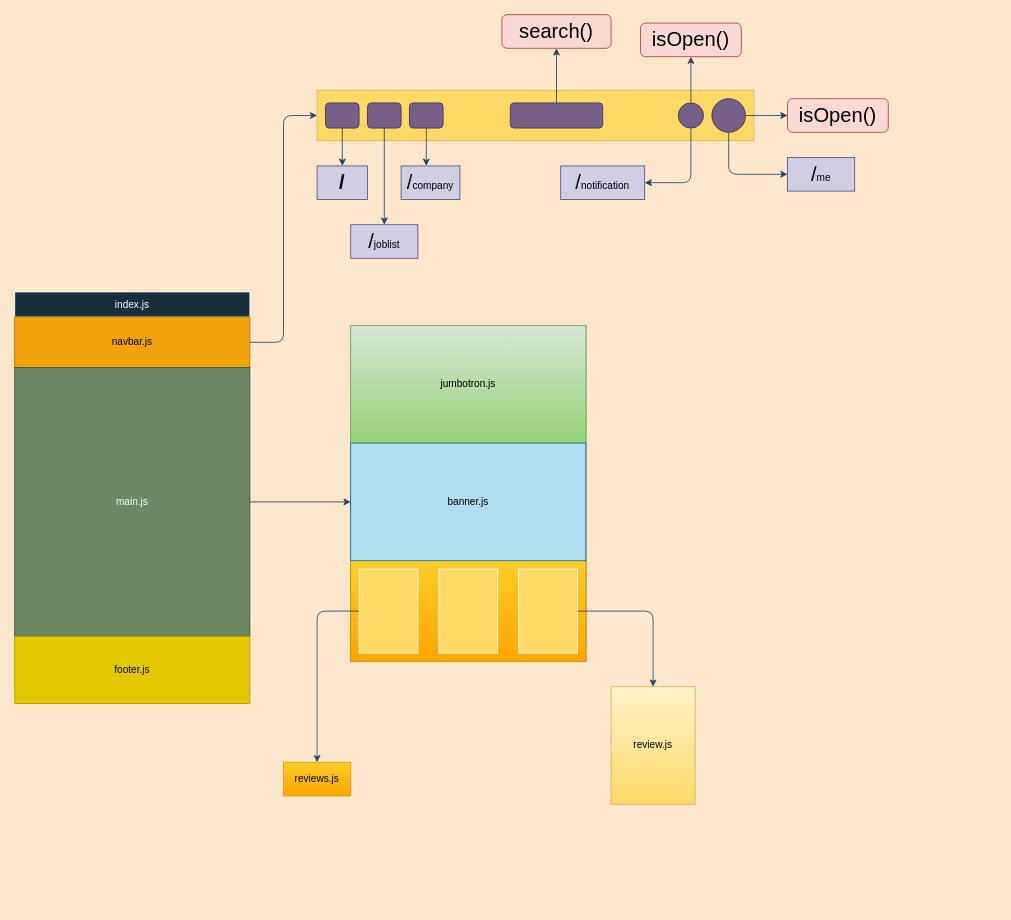
Above: public/Untitled Diagram.drawio in hamster1412/CheeseCake (draw.io), before the change. Source tidied: cells renumbered, new cells numbered last; positions are measured from the earlier drawing's top-left corner, leaving out a move shared by most shapes. Both pictures are drawn from the tidied source at 84%, with x=0, y=0 at pixel (14, 14).
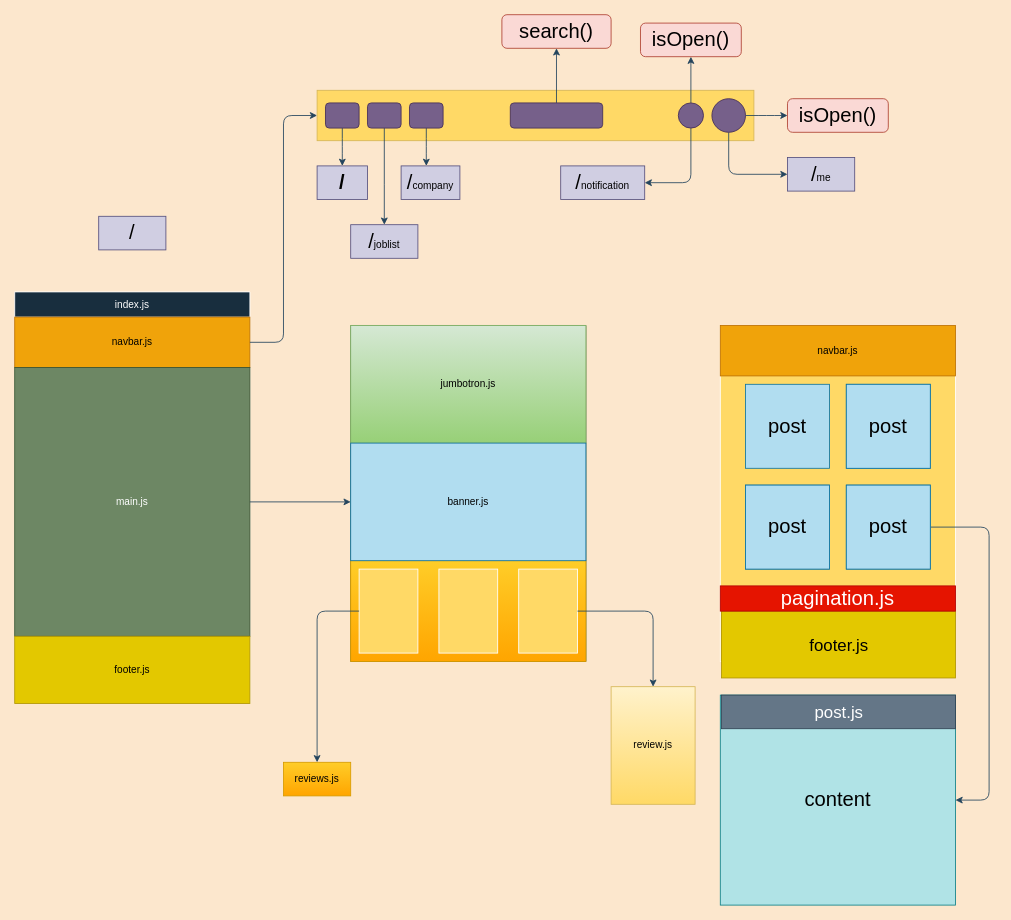
The same diagram, later.

Diff of the diagram source:
```diff
@@
+    <mxCell id="42" value="&lt;font style=&quot;font-size: 24px&quot;&gt;/&lt;/font&gt;" style="whiteSpace=wrap;html=1;rounded=0;sketch=0;fontSize=12;strokeColor=#56517e;fillColor=#d0cee2;" parent="1" vertex="1">
+      <mxGeometry x="100" y="240" width="80" height="40" as="geometry" />
+    </mxCell>
+    <mxCell id="43" style="rounded=0;whiteSpace=wrap;html=1;sketch=0;fontSize=24;fontColor=#000000;strokeColor=#FFFFFF;fillColor=#FFD966;" parent="1" vertex="1">
+      <mxGeometry x="840" y="370" width="280" height="400" as="geometry" />
+    </mxCell>
+    <mxCell id="44" value="navbar.js" style="rounded=0;whiteSpace=wrap;html=1;sketch=0;fontColor=#000000;strokeColor=#BD7000;fillColor=#f0a30a;" parent="1" vertex="1">
+      <mxGeometry x="840" y="370" width="280" height="60" as="geometry" />
+    </mxCell>
+    <mxCell id="45" value="&lt;div&gt;post&lt;/div&gt;" style="whiteSpace=wrap;html=1;rounded=0;sketch=0;fontSize=24;strokeColor=#10739e;fillColor=#b1ddf0;" parent="1" vertex="1">
+      <mxGeometry x="870" y="440" width="100" height="100" as="geometry" />
+    </mxCell>
+    <mxCell id="46" style="whiteSpace=wrap;html=1;rounded=0;sketch=0;fontSize=24;strokeColor=#10739e;fillColor=#b1ddf0;" parent="1" vertex="1">
+      <mxGeometry x="990" y="440" width="100" height="100" as="geometry" />
+    </mxCell>
+    <mxCell id="47" style="whiteSpace=wrap;html=1;rounded=0;sketch=0;fontSize=24;strokeColor=#10739e;fillColor=#b1ddf0;" parent="1" vertex="1">
+      <mxGeometry x="870" y="560" width="100" height="100" as="geometry" />
+    </mxCell>
+    <mxCell id="48" style="edgeStyle=orthogonalEdgeStyle;curved=0;rounded=1;sketch=0;jettySize=auto;html=1;fontSize=24;fontColor=#000000;strokeColor=#23445D;entryX=1;entryY=0.5;entryDx=0;entryDy=0;" parent="1" edge="1" source="49" target="50">
+      <mxGeometry relative="1" as="geometry">
+        <Array as="points">
+          <mxPoint x="1160" y="610" />
+          <mxPoint x="1160" y="935" />
+        </Array>
+      </mxGeometry>
+    </mxCell>
+    <mxCell id="49" style="whiteSpace=wrap;html=1;rounded=0;sketch=0;fontSize=24;strokeColor=#10739e;fillColor=#b1ddf0;" parent="1" vertex="1">
+      <mxGeometry x="990" y="560" width="100" height="100" as="geometry" />
+    </mxCell>
+    <mxCell id="50" value="content" style="rounded=0;whiteSpace=wrap;html=1;sketch=0;fontSize=24;strokeColor=#0e8088;fillColor=#b0e3e6;" parent="1" vertex="1">
+      <mxGeometry x="840" y="810" width="280" height="250" as="geometry" />
+    </mxCell>
+    <mxCell id="51" value="&lt;div&gt;post&lt;/div&gt;" style="whiteSpace=wrap;html=1;rounded=0;sketch=0;fontSize=24;strokeColor=#10739e;fillColor=#b1ddf0;" parent="1" vertex="1">
+      <mxGeometry x="990" y="440" width="100" height="100" as="geometry" />
+    </mxCell>
+    <mxCell id="52" value="&lt;div&gt;post&lt;/div&gt;" style="whiteSpace=wrap;html=1;rounded=0;sketch=0;fontSize=24;strokeColor=#10739e;fillColor=#b1ddf0;" parent="1" vertex="1">
+      <mxGeometry x="870" y="560" width="100" height="100" as="geometry" />
+    </mxCell>
+    <mxCell id="53" value="&lt;div&gt;post&lt;/div&gt;" style="whiteSpace=wrap;html=1;rounded=0;sketch=0;fontSize=24;strokeColor=#10739e;fillColor=#b1ddf0;" parent="1" vertex="1">
+      <mxGeometry x="990" y="560" width="100" height="100" as="geometry" />
+    </mxCell>
+    <mxCell id="54" value="&lt;div style=&quot;font-size: 20px&quot;&gt;&lt;font style=&quot;font-size: 20px&quot;&gt;footer.js&lt;/font&gt;&lt;/div&gt;" style="whiteSpace=wrap;html=1;rounded=0;sketch=0;fontColor=#000000;strokeColor=#B09500;fillColor=#e3c800;" parent="1" vertex="1">
+      <mxGeometry x="841.5" y="710" width="278.5" height="79.6" as="geometry" />
+    </mxCell>
+    <mxCell id="55" value="pagination.js" style="rounded=0;whiteSpace=wrap;html=1;sketch=0;fontSize=24;fontColor=#ffffff;strokeColor=#B20000;fillColor=#e51400;" parent="1" vertex="1">
+      <mxGeometry x="840" y="680" width="280" height="30" as="geometry" />
+    </mxCell>
+    <mxCell id="56" value="post.js" style="rounded=0;whiteSpace=wrap;html=1;sketch=0;fontSize=20;fontColor=#ffffff;strokeColor=#314354;fillColor=#647687;" parent="1" vertex="1">
+      <mxGeometry x="841.5" y="810" width="278.5" height="40" as="geometry" />
+    </mxCell>
```
